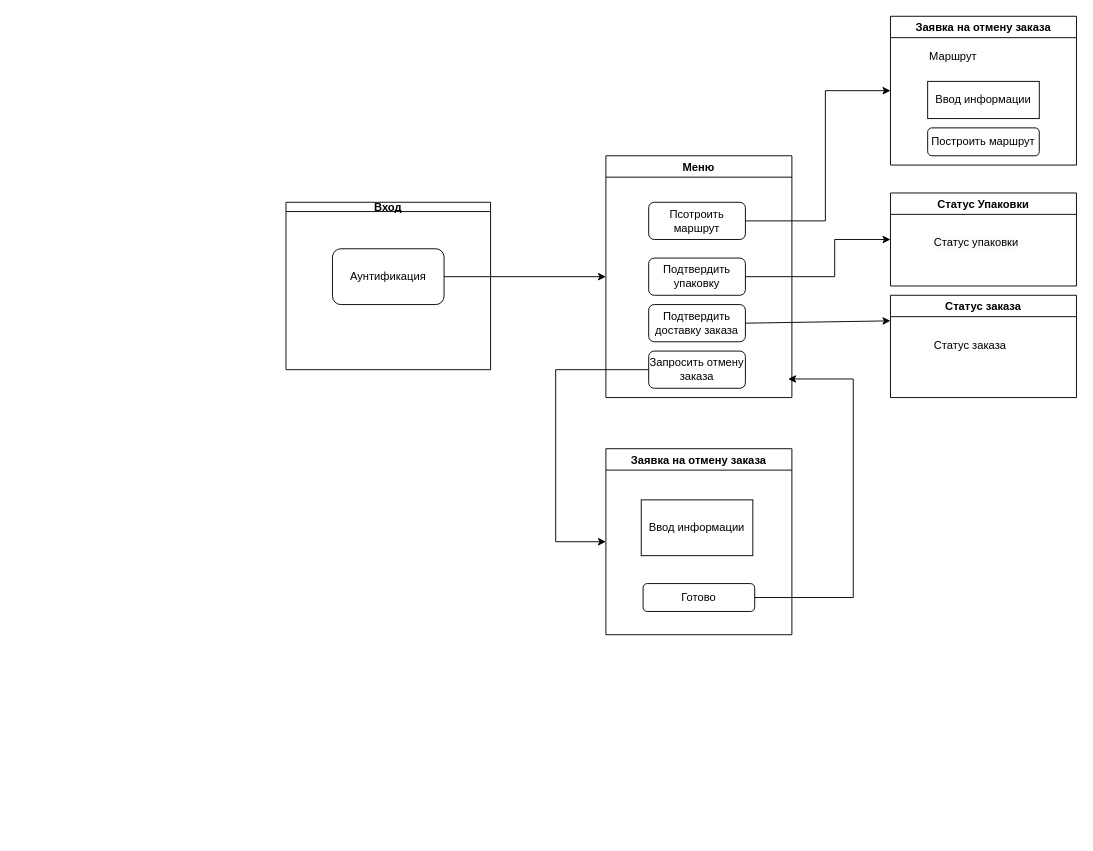
Before: ОРТПС/prac7.drawio in Ikrom27/mirea-practic, a draw.io diagram. Source tidied: cells renumbered, new cells numbered last; positions are measured from the earlier drawing's top-left corner, leaving out a move shared by most shapes. Both pictures are drawn from the tidied source at 93%, with x=0, y=0 at pixel (286, 16).
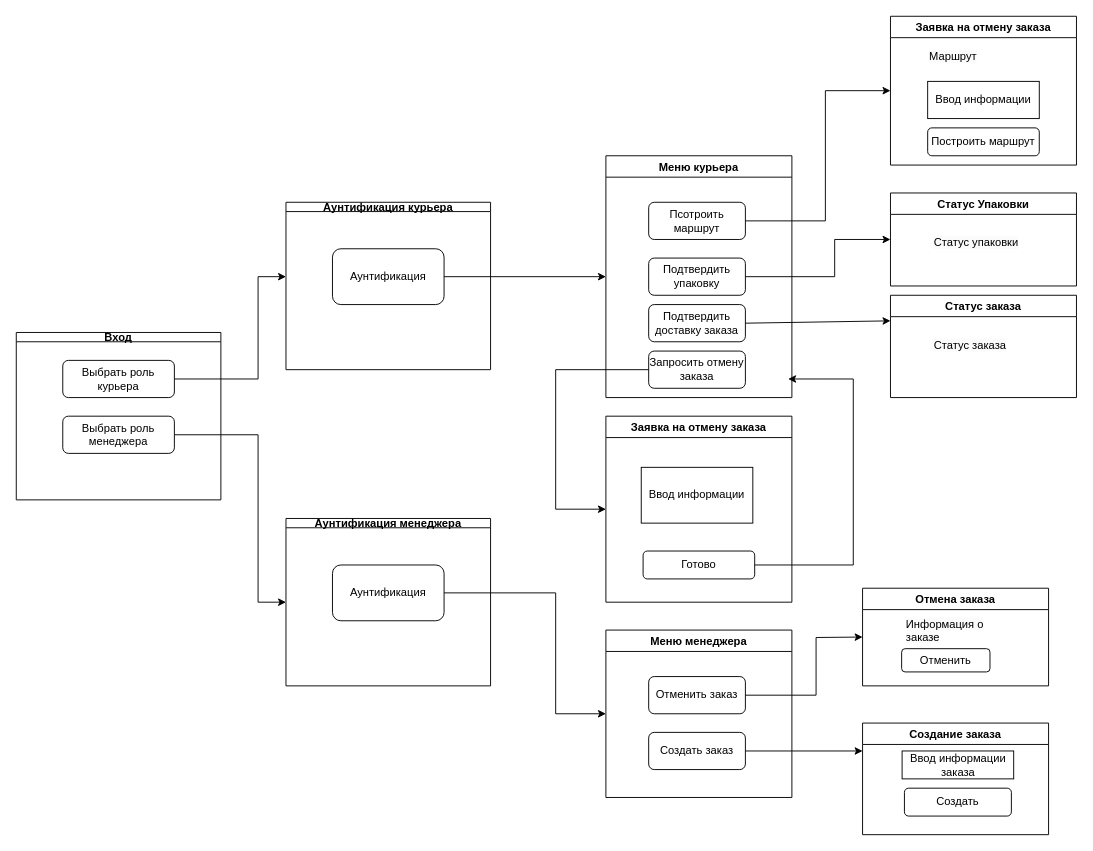
After the change.

Commit message (it also covers changes not shown here):
mbp, prac27 complete

The change refers to these unchanged cells:
```xml
<mxCell id="6" value="Запросить отмену заказа" style="rounded=1;whiteSpace=wrap;html=1;" parent="4" vertex="1">
  <mxGeometry x="46" y="210" width="104" height="40" as="geometry" />
</mxCell>
<mxCell id="13" value="Готово" style="rounded=1;whiteSpace=wrap;html=1;" parent="11" vertex="1">
  <mxGeometry x="40" y="145" width="120" height="30" as="geometry" />
</mxCell>
```

Diff of the diagram source:
```diff
@@
-    <mxCell id="2" value="Вход" style="swimlane;startSize=10;horizontal=1;containerType=tree;newEdgeStyle={&quot;edgeStyle&quot;:&quot;elbowEdgeStyle&quot;,&quot;startArrow&quot;:&quot;none&quot;,&quot;endArrow&quot;:&quot;none&quot;};" parent="1" vertex="1">
+    <mxCell id="2" value="Аунтификация курьера" style="swimlane;startSize=10;horizontal=1;containerType=tree;newEdgeStyle={&quot;edgeStyle&quot;:&quot;elbowEdgeStyle&quot;,&quot;startArrow&quot;:&quot;none&quot;,&quot;endArrow&quot;:&quot;none&quot;};" parent="1" vertex="1">
       <mxGeometry y="200" width="220" height="180" as="geometry" />
     </mxCell>
@@
-    <mxCell id="4" value="Меню" style="swimlane;" parent="1" vertex="1">
+    <mxCell id="4" value="Меню курьера" style="swimlane;" parent="1" vertex="1">
       <mxGeometry x="344" y="150" width="200" height="260" as="geometry" />
     </mxCell>
@@
     <mxCell id="11" value="Заявка на отмену заказа" style="swimlane;" parent="1" vertex="1">
-      <mxGeometry x="344" y="465" width="200" height="200" as="geometry" />
+      <mxGeometry x="344" y="430" width="200" height="200" as="geometry" />
     </mxCell>
@@
     <mxCell id="14" style="endArrow=classic;html=1;rounded=0;exitX=0;exitY=0.5;exitDx=0;exitDy=0;entryX=0;entryY=0.5;entryDx=0;entryDy=0;" parent="1" edge="1" source="6" target="11">
       <mxGeometry relative="1" as="geometry">
         <Array as="points">
           <mxPoint x="290" y="380" />
-          <mxPoint x="290" y="565" />
+          <mxPoint x="290" y="530" />
         </Array>
       </mxGeometry>
     </mxCell>
@@
     <mxCell id="20" style="endArrow=classic;html=1;rounded=0;exitX=1;exitY=0.5;exitDx=0;exitDy=0;" parent="1" edge="1" source="13">
       <mxGeometry relative="1" as="geometry">
         <mxPoint x="540" y="390" as="targetPoint" />
         <Array as="points">
-          <mxPoint x="610" y="625" />
+          <mxPoint x="610" y="590" />
           <mxPoint x="610" y="390" />
           <mxPoint x="570" y="390" />
         </Array>
       </mxGeometry>
     </mxCell>
@@
+    <mxCell id="26" value="Вход" style="swimlane;startSize=10;horizontal=1;containerType=tree;newEdgeStyle={&quot;edgeStyle&quot;:&quot;elbowEdgeStyle&quot;,&quot;startArrow&quot;:&quot;none&quot;,&quot;endArrow&quot;:&quot;none&quot;};" parent="1" vertex="1">
+      <mxGeometry x="-290" y="340" width="220" height="180" as="geometry" />
+    </mxCell>
+    <mxCell id="27" value="Выбрать роль курьера" style="rounded=1;whiteSpace=wrap;html=1;" parent="26" vertex="1">
+      <mxGeometry x="50" y="30" width="120" height="40" as="geometry" />
+    </mxCell>
+    <mxCell id="28" value="Выбрать роль менеджера" style="rounded=1;whiteSpace=wrap;html=1;" parent="26" vertex="1">
+      <mxGeometry x="50" y="90" width="120" height="40" as="geometry" />
+    </mxCell>
+    <mxCell id="29" value="Аунтификация менеджера" style="swimlane;startSize=10;horizontal=1;containerType=tree;newEdgeStyle={&quot;edgeStyle&quot;:&quot;elbowEdgeStyle&quot;,&quot;startArrow&quot;:&quot;none&quot;,&quot;endArrow&quot;:&quot;none&quot;};" parent="1" vertex="1">
+      <mxGeometry y="540" width="220" height="180" as="geometry" />
+    </mxCell>
+    <mxCell id="30" value="Аунтификация" style="rounded=1;whiteSpace=wrap;html=1;" parent="29" vertex="1">
+      <mxGeometry x="50" y="50" width="120" height="60" as="geometry" />
+    </mxCell>
+    <mxCell id="31" style="endArrow=classic;html=1;rounded=0;exitX=1;exitY=0.5;exitDx=0;exitDy=0;" parent="1" edge="1" source="27">
+      <mxGeometry relative="1" as="geometry">
+        <mxPoint y="280" as="targetPoint" />
+        <Array as="points">
+          <mxPoint x="-30" y="390" />
+          <mxPoint x="-30" y="280" />
+        </Array>
+      </mxGeometry>
+    </mxCell>
+    <mxCell id="32" value="Меню менеджера" style="swimlane;" parent="1" vertex="1">
+      <mxGeometry x="344" y="660" width="200" height="180" as="geometry" />
+    </mxCell>
+    <mxCell id="33" value="Создать заказ" style="rounded=1;whiteSpace=wrap;html=1;" parent="32" vertex="1">
+      <mxGeometry x="46" y="110" width="104" height="40" as="geometry" />
+    </mxCell>
+    <mxCell id="34" value="Отменить заказ" style="rounded=1;whiteSpace=wrap;html=1;" parent="32" vertex="1">
+      <mxGeometry x="46" y="50" width="104" height="40" as="geometry" />
+    </mxCell>
+    <mxCell id="35" style="endArrow=classic;html=1;rounded=0;exitX=1;exitY=0.5;exitDx=0;exitDy=0;entryX=0;entryY=0.5;entryDx=0;entryDy=0;" parent="1" edge="1" source="28" target="29">
+      <mxGeometry relative="1" as="geometry">
+        <Array as="points">
+          <mxPoint x="-30" y="450" />
+          <mxPoint x="-30" y="630" />
+        </Array>
+      </mxGeometry>
+    </mxCell>
+    <mxCell id="36" style="endArrow=classic;html=1;rounded=0;exitX=1;exitY=0.5;exitDx=0;exitDy=0;entryX=0;entryY=0.5;entryDx=0;entryDy=0;" parent="1" edge="1" source="30" target="32">
+      <mxGeometry relative="1" as="geometry">
+        <Array as="points">
+          <mxPoint x="290" y="620" />
+          <mxPoint x="290" y="750" />
+        </Array>
+      </mxGeometry>
+    </mxCell>
+    <mxCell id="37" value="Отмена заказа" style="swimlane;" parent="1" vertex="1">
+      <mxGeometry x="620" y="615" width="200" height="105" as="geometry" />
+    </mxCell>
+    <mxCell id="38" value="&lt;span style=&quot;color: rgb(0, 0, 0); font-family: Helvetica; font-size: 12px; font-style: normal; font-variant-ligatures: normal; font-variant-caps: normal; font-weight: 400; letter-spacing: normal; orphans: 2; text-align: center; text-indent: 0px; text-transform: none; widows: 2; word-spacing: 0px; -webkit-text-stroke-width: 0px; background-color: rgb(251, 251, 251); text-decoration-thickness: initial; text-decoration-style: initial; text-decoration-color: initial; float: none; display: inline !important;&quot;&gt;Информация о заказе&lt;/span&gt;" style="text;whiteSpace=wrap;html=1;" parent="37" vertex="1">
+      <mxGeometry x="45" y="25" width="110" height="40" as="geometry" />
+    </mxCell>
+    <mxCell id="39" value="Отменить" style="rounded=1;whiteSpace=wrap;html=1;" parent="37" vertex="1">
+      <mxGeometry x="42" y="65" width="95" height="25" as="geometry" />
+    </mxCell>
+    <mxCell id="40" style="endArrow=classic;html=1;rounded=0;exitX=1;exitY=0.5;exitDx=0;exitDy=0;entryX=0;entryY=0.5;entryDx=0;entryDy=0;" parent="1" edge="1" source="34" target="37">
+      <mxGeometry relative="1" as="geometry">
+        <Array as="points">
+          <mxPoint x="570" y="730" />
+          <mxPoint x="570" y="668" />
+        </Array>
+      </mxGeometry>
+    </mxCell>
+    <mxCell id="41" value="Создание заказа" style="swimlane;" parent="1" vertex="1">
+      <mxGeometry x="620" y="760" width="200" height="120" as="geometry" />
+    </mxCell>
+    <mxCell id="42" value="Ввод информации заказа" style="rounded=0;whiteSpace=wrap;html=1;" parent="41" vertex="1">
+      <mxGeometry x="42.5" y="30" width="120" height="30" as="geometry" />
+    </mxCell>
+    <mxCell id="43" value="Создать" style="rounded=1;whiteSpace=wrap;html=1;" parent="41" vertex="1">
+      <mxGeometry x="45" y="70" width="115" height="30" as="geometry" />
+    </mxCell>
+    <mxCell id="44" style="endArrow=classic;html=1;rounded=0;exitX=1;exitY=0.5;exitDx=0;exitDy=0;entryX=0;entryY=0.25;entryDx=0;entryDy=0;" parent="1" edge="1" source="33" target="41">
+      <mxGeometry relative="1" as="geometry" />
+    </mxCell>
```
